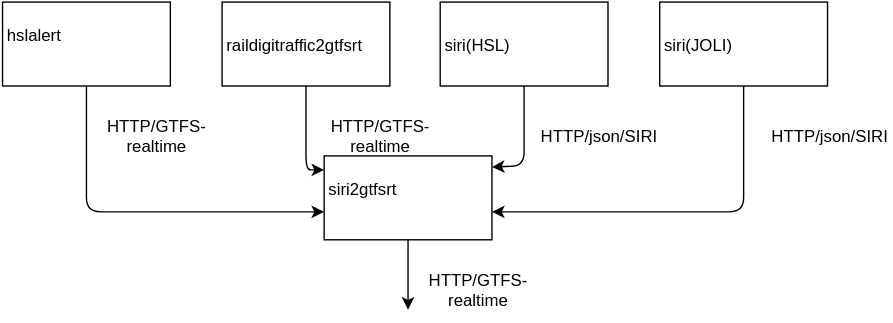
HSLdevcom/digitransit-site keeps this draw.io diagram as pages/en/developers/apis/4-realtime-api/trip-updates/architecture.svg. Above is the earlier version. Source tidied: cells renumbered, new cells last; positions are measured from the earlier drawing's top-left corner, leaving out a move shared by most shapes.
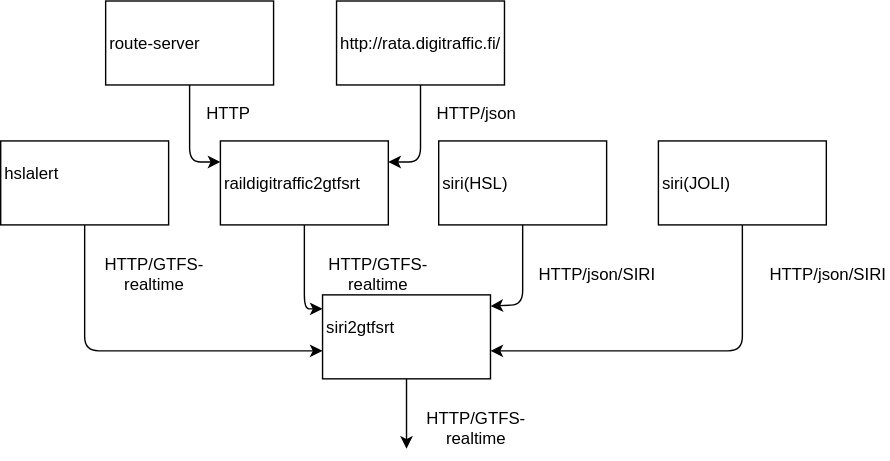
After the commit.

Change to the diagram source:
```diff
@@ -8,7 +8,7 @@
     <mxCell id="3" value="&lt;div style=&quot;text-align: center&quot;&gt;&lt;span style=&quot;line-height: 1.2&quot;&gt;siri2gtfsrt&lt;/span&gt;&lt;/div&gt;&lt;div style=&quot;text-align: center&quot;&gt;&lt;span style=&quot;line-height: 1.2&quot;&gt;&lt;br&gt;&lt;/span&gt;&lt;/div&gt;" style="whiteSpace=wrap;html=1;rounded=0;shadow=0;glass=0;strokeColor=#000000;fillColor=#FFFFFF;align=left;" parent="1" vertex="1">
       <mxGeometry x="230" y="110" width="120" height="60" as="geometry" />
     </mxCell>
-    <mxCell id="4" value="&lt;div style=&quot;text-align: center&quot;&gt;&lt;span style=&quot;line-height: 1.2&quot;&gt;hslalert&lt;br&gt;&lt;br&gt;&lt;/span&gt;&lt;/div&gt;" style="whiteSpace=wrap;html=1;rounded=0;shadow=0;glass=0;strokeColor=#000000;fillColor=#FFFFFF;align=left;" parent="1" vertex="1">
+    <mxCell id="4" value="&lt;div style=&quot;text-align: center&quot;&gt;&lt;div style=&quot;text-align: center&quot;&gt;&lt;span&gt;hslalert&lt;/span&gt;&lt;/div&gt;&lt;span style=&quot;line-height: 1.2&quot;&gt;&lt;div style=&quot;text-align: center&quot;&gt;&lt;br&gt;&lt;/div&gt;&lt;/span&gt;&lt;/div&gt;" style="whiteSpace=wrap;html=1;rounded=0;shadow=0;glass=0;strokeColor=#000000;fillColor=#FFFFFF;align=left;" parent="1" vertex="1">
       <mxGeometry width="120" height="60" as="geometry" />
     </mxCell>
     <mxCell id="5" value="&lt;div style=&quot;text-align: center&quot;&gt;&lt;span style=&quot;line-height: 1.2&quot;&gt;siri(JOLI)&lt;br&gt;&lt;/span&gt;&lt;/div&gt;" style="whiteSpace=wrap;html=1;rounded=0;shadow=0;glass=0;strokeColor=#000000;fillColor=#FFFFFF;align=left;" parent="1" vertex="1">
@@ -54,7 +54,7 @@
       <mxGeometry x="313" width="120" height="60" as="geometry" />
     </mxCell>
     <mxCell id="13" style="endArrow=classic;html=1;exitX=0.5;exitY=1;entryX=1;entryY=0.133;entryPerimeter=0;" parent="1" edge="1" source="12" target="3">
-      <mxGeometry x="287" y="100" as="geometry">
+      <mxGeometry x="247" y="180" as="geometry">
         <Array as="points">
           <mxPoint x="373" y="117" />
         </Array>
@@ -69,5 +69,32 @@
     <mxCell id="16" value="HTTP/json/SIRI" style="text;html=1;strokeColor=none;fillColor=none;align=center;verticalAlign=middle;whiteSpace=wrap;overflow=hidden;rounded=0;shadow=0;glass=0;" parent="1" vertex="1">
       <mxGeometry x="545" y="80" width="90" height="30" as="geometry" />
     </mxCell>
+    <mxCell id="17" value="&lt;div style=&quot;text-align: center&quot;&gt;&lt;span&gt;http://rata.digitraffic.fi/&lt;/span&gt;&lt;span&gt;&lt;br&gt;&lt;/span&gt;&lt;/div&gt;" style="whiteSpace=wrap;html=1;rounded=0;shadow=0;glass=0;strokeColor=#000000;fillColor=#FFFFFF;align=left;" parent="1" vertex="1">
+      <mxGeometry x="240" y="-100" width="120" height="60" as="geometry" />
+    </mxCell>
+    <mxCell id="18" value="&lt;div style=&quot;text-align: center&quot;&gt;&lt;span style=&quot;line-height: 1.2&quot;&gt;route-server&lt;/span&gt;&lt;/div&gt;" style="whiteSpace=wrap;html=1;rounded=0;shadow=0;glass=0;strokeColor=#000000;fillColor=#FFFFFF;align=left;" parent="1" vertex="1">
+      <mxGeometry x="75" y="-100" width="120" height="60" as="geometry" />
+    </mxCell>
+    <mxCell id="19" style="endArrow=classic;html=1;entryX=0;entryY=0.25;" parent="1" edge="1" target="2">
+      <mxGeometry relative="1" as="geometry">
+        <mxPoint x="135" y="-40" as="sourcePoint" />
+        <Array as="points">
+          <mxPoint x="135" y="15" />
+        </Array>
+      </mxGeometry>
+    </mxCell>
+    <mxCell id="20" style="endArrow=classic;html=1;exitX=0.5;exitY=1;entryX=1;entryY=0.25;" parent="1" edge="1" source="17" target="2">
+      <mxGeometry relative="1" as="geometry">
+        <Array as="points">
+          <mxPoint x="300" y="15" />
+        </Array>
+      </mxGeometry>
+    </mxCell>
+    <mxCell id="21" value="HTTP" style="text;html=1;strokeColor=none;fillColor=none;align=center;verticalAlign=middle;whiteSpace=wrap;overflow=hidden;rounded=0;shadow=0;glass=0;" parent="1" vertex="1">
+      <mxGeometry x="130" y="-35" width="65" height="30" as="geometry" />
+    </mxCell>
+    <mxCell id="22" value="HTTP/json" style="text;html=1;strokeColor=none;fillColor=none;align=center;verticalAlign=middle;whiteSpace=wrap;overflow=hidden;rounded=0;shadow=0;glass=0;" parent="1" vertex="1">
+      <mxGeometry x="310" y="-35" width="60" height="30" as="geometry" />
+    </mxCell>
   </root>
 </mxGraphModel>
```
